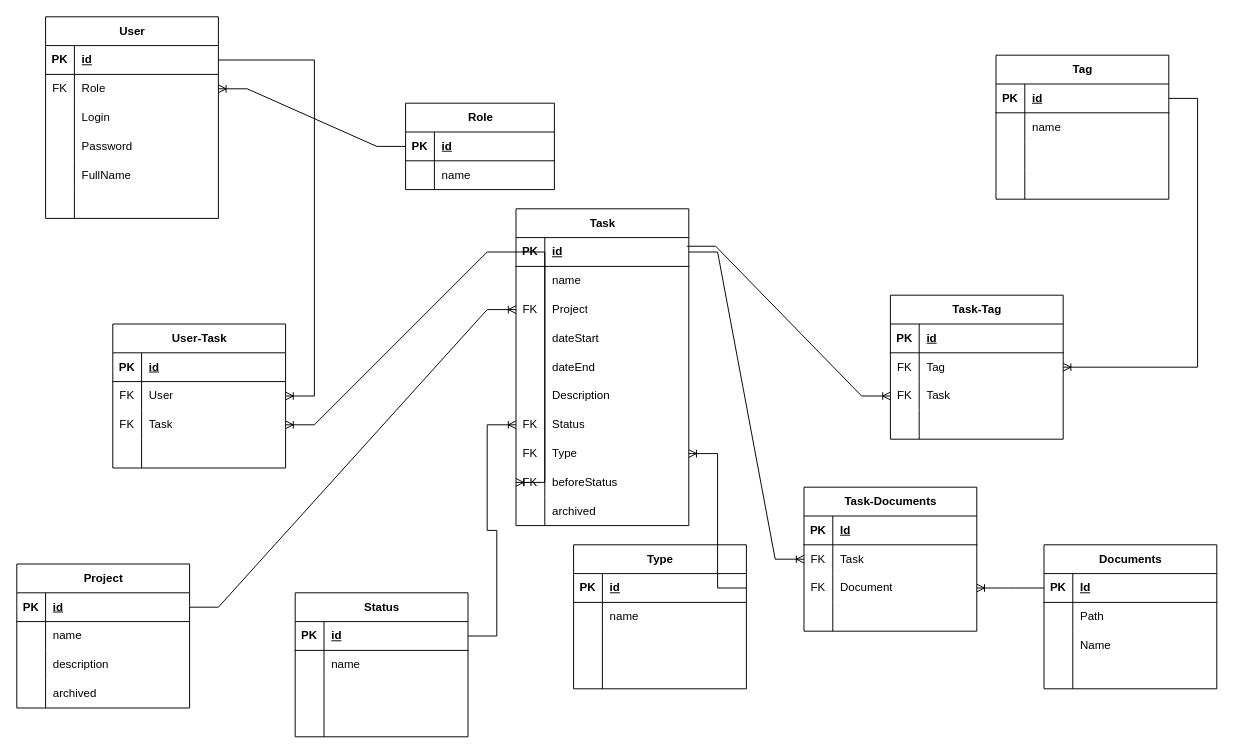
Above: Diagrams/TaskManager.drawio in oLaDushek3/IT-Processes (draw.io), before the change. Source tidied: cells renumbered, new cells numbered last; positions are measured from the earlier drawing's top-left corner, leaving out a move shared by most shapes. Both pictures are drawn from the tidied source at 96%, with x=0, y=0 at pixel (16, 16).
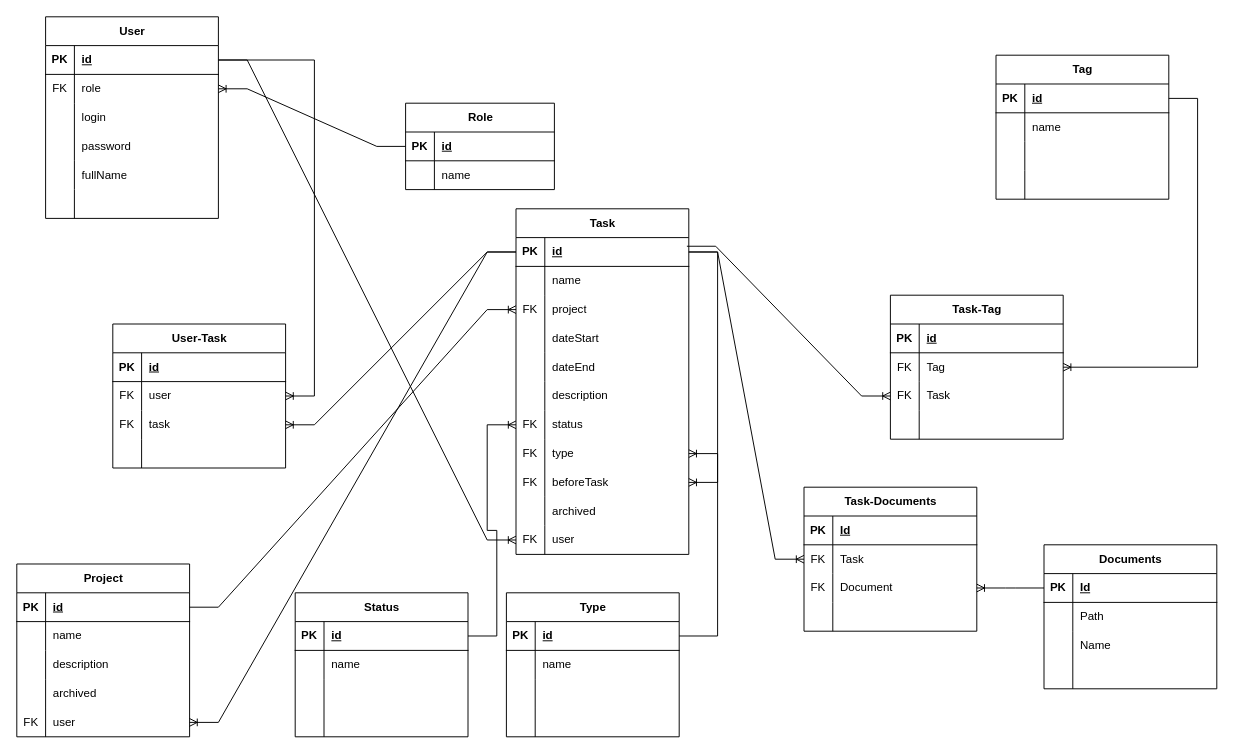
After the change.

Unchanged cells that the change refers to:
```xml
<mxCell id="3" style="shape=tableRow;horizontal=0;startSize=0;swimlaneHead=0;swimlaneBody=0;fillColor=none;points=[[0,0.5],[1,0.5]];portConstraint=eastwest;top=0;left=0;right=0;bottom=1;" parent="2" vertex="1">
  <mxGeometry y="30" width="180" height="30" as="geometry" />
</mxCell>
<mxCell id="6" style="shape=tableRow;horizontal=0;startSize=0;swimlaneHead=0;swimlaneBody=0;fillColor=none;points=[[0,0.5],[1,0.5]];portConstraint=eastwest;top=0;left=0;right=0;bottom=0;" parent="2" vertex="1">
  <mxGeometry y="60" width="180" height="30" as="geometry" />
</mxCell>
<mxCell id="9" style="shape=tableRow;horizontal=0;startSize=0;swimlaneHead=0;swimlaneBody=0;fillColor=none;top=0;left=0;right=0;bottom=0;" parent="2" vertex="1">
  <mxGeometry y="90" width="180" height="30" as="geometry" />
</mxCell>
<mxCell id="12" style="shape=tableRow;horizontal=0;startSize=0;swimlaneHead=0;swimlaneBody=0;fillColor=none;top=0;left=0;right=0;bottom=0;" parent="2" vertex="1">
  <mxGeometry y="120" width="180" height="30" as="geometry" />
</mxCell>
<mxCell id="15" style="shape=tableRow;horizontal=0;startSize=0;swimlaneHead=0;swimlaneBody=0;fillColor=none;top=0;left=0;right=0;bottom=0;" parent="2" vertex="1">
  <mxGeometry y="150" width="180" height="30" as="geometry" />
</mxCell>
<mxCell id="43" style="shape=tableRow;horizontal=0;startSize=0;swimlaneHead=0;swimlaneBody=0;fillColor=none;points=[[0,0.5],[1,0.5]];portConstraint=eastwest;top=0;left=0;right=0;bottom=1;" parent="42" vertex="1">
  <mxGeometry y="30" width="180" height="30" as="geometry" />
</mxCell>
<mxCell id="49" style="shape=tableRow;horizontal=0;startSize=0;swimlaneHead=0;swimlaneBody=0;fillColor=none;points=[[0,0.5],[1,0.5]];portConstraint=eastwest;top=0;left=0;right=0;bottom=0;" parent="42" vertex="1">
  <mxGeometry y="90" width="180" height="30" as="geometry" />
</mxCell>
<mxCell id="58" style="shape=tableRow;horizontal=0;startSize=0;swimlaneHead=0;swimlaneBody=0;fillColor=none;top=0;left=0;right=0;bottom=0;" parent="42" vertex="1">
  <mxGeometry y="180" width="180" height="30" as="geometry" />
</mxCell>
<mxCell id="61" style="shape=tableRow;horizontal=0;startSize=0;swimlaneHead=0;swimlaneBody=0;fillColor=none;points=[[0,0.5],[1,0.5]];portConstraint=eastwest;top=0;left=0;right=0;bottom=0;" parent="42" vertex="1">
  <mxGeometry y="210" width="180" height="30" as="geometry" />
</mxCell>
<mxCell id="64" style="shape=tableRow;horizontal=0;startSize=0;swimlaneHead=0;swimlaneBody=0;fillColor=none;points=[[0,0.5],[1,0.5]];portConstraint=eastwest;top=0;left=0;right=0;bottom=0;" parent="42" vertex="1">
  <mxGeometry y="240" width="180" height="30" as="geometry" />
</mxCell>
<mxCell id="67" style="shape=tableRow;horizontal=0;startSize=0;swimlaneHead=0;swimlaneBody=0;fillColor=none;points=[[0,0.5],[1,0.5]];portConstraint=eastwest;top=0;left=0;right=0;bottom=0;" parent="42" vertex="1">
  <mxGeometry y="270" width="180" height="30" as="geometry" />
</mxCell>
<mxCell id="104" style="shape=tableRow;horizontal=0;startSize=0;swimlaneHead=0;swimlaneBody=0;fillColor=none;points=[[0,0.5],[1,0.5]];portConstraint=eastwest;top=0;left=0;right=0;bottom=0;" parent="100" vertex="1">
  <mxGeometry y="60" width="180" height="30" as="geometry" />
</mxCell>
<mxCell id="107" style="shape=tableRow;horizontal=0;startSize=0;swimlaneHead=0;swimlaneBody=0;fillColor=none;points=[[0,0.5],[1,0.5]];portConstraint=eastwest;top=0;left=0;right=0;bottom=0;" parent="100" vertex="1">
  <mxGeometry y="90" width="180" height="30" as="geometry" />
</mxCell>
```

The edit, as a diff of the source:
```diff
@@
-    <mxCell id="8" value="Role" style="shape=partialRectangle;fillColor=none;top=0;left=0;bottom=0;right=0;align=left;spacingLeft=6;overflow=hidden;whiteSpace=wrap;html=1;" parent="6" vertex="1">
+    <mxCell id="8" value="role" style="shape=partialRectangle;fillColor=none;top=0;left=0;bottom=0;right=0;align=left;spacingLeft=6;overflow=hidden;whiteSpace=wrap;html=1;" parent="6" vertex="1">
       <mxGeometry x="30" width="150" height="30" as="geometry" />
     </mxCell>
@@
-    <mxCell id="11" value="Login" style="shape=partialRectangle;fillColor=none;top=0;left=0;bottom=0;right=0;align=left;spacingLeft=6;overflow=hidden;whiteSpace=wrap;html=1;" parent="9" vertex="1">
+    <mxCell id="11" value="login" style="shape=partialRectangle;fillColor=none;top=0;left=0;bottom=0;right=0;align=left;spacingLeft=6;overflow=hidden;whiteSpace=wrap;html=1;" parent="9" vertex="1">
       <mxGeometry x="30" width="150" height="30" as="geometry" />
     </mxCell>
@@
-    <mxCell id="14" value="Password" style="shape=partialRectangle;fillColor=none;top=0;left=0;bottom=0;right=0;align=left;spacingLeft=6;overflow=hidden;whiteSpace=wrap;html=1;" parent="12" vertex="1">
+    <mxCell id="14" value="password" style="shape=partialRectangle;fillColor=none;top=0;left=0;bottom=0;right=0;align=left;spacingLeft=6;overflow=hidden;whiteSpace=wrap;html=1;" parent="12" vertex="1">
       <mxGeometry x="30" width="150" height="30" as="geometry" />
     </mxCell>
@@
-    <mxCell id="17" value="FullName" style="shape=partialRectangle;fillColor=none;top=0;left=0;bottom=0;right=0;align=left;spacingLeft=6;overflow=hidden;whiteSpace=wrap;html=1;" parent="15" vertex="1">
+    <mxCell id="17" value="fullName" style="shape=partialRectangle;fillColor=none;top=0;left=0;bottom=0;right=0;align=left;spacingLeft=6;overflow=hidden;whiteSpace=wrap;html=1;" parent="15" vertex="1">
       <mxGeometry x="30" width="150" height="30" as="geometry" />
     </mxCell>
@@
     <mxCell id="29" value="Project" style="shape=table;startSize=30;childLayout=tableLayout;rowLines=0;fontStyle=1;align=center;html=1;" parent="1" vertex="1">
-      <mxGeometry y="570" width="180" height="150" as="geometry" />
+      <mxGeometry y="570" width="180" height="180" as="geometry" />
     </mxCell>
@@
+    <mxCell id="174" style="shape=tableRow;horizontal=0;startSize=0;swimlaneHead=0;swimlaneBody=0;fillColor=none;points=[[0,0.5],[1,0.5]];portConstraint=eastwest;top=0;left=0;right=0;bottom=0;" parent="29" vertex="1">
+      <mxGeometry y="150" width="180" height="30" as="geometry" />
+    </mxCell>
+    <mxCell id="175" value="FK" style="shape=partialRectangle;fillColor=none;top=0;left=0;bottom=0;right=0;overflow=hidden;whiteSpace=wrap;html=1;" parent="174" vertex="1">
+      <mxGeometry width="30" height="30" as="geometry" />
+    </mxCell>
+    <mxCell id="176" value="user" style="shape=partialRectangle;fillColor=none;top=0;left=0;bottom=0;right=0;align=left;spacingLeft=6;overflow=hidden;whiteSpace=wrap;html=1;" parent="174" vertex="1">
+      <mxGeometry x="30" width="150" height="30" as="geometry" />
+    </mxCell>
     <mxCell id="42" value="Task" style="shape=table;startSize=30;childLayout=tableLayout;rowLines=0;fontStyle=1;align=center;html=1;" parent="1" vertex="1">
-      <mxGeometry x="520" y="200" width="180" height="330" as="geometry" />
+      <mxGeometry x="520" y="200" width="180" height="360" as="geometry" />
     </mxCell>
@@
-    <mxCell id="51" value="Project" style="shape=partialRectangle;fillColor=none;top=0;left=0;bottom=0;right=0;align=left;spacingLeft=6;overflow=hidden;whiteSpace=wrap;html=1;" parent="49" vertex="1">
+    <mxCell id="51" value="project" style="shape=partialRectangle;fillColor=none;top=0;left=0;bottom=0;right=0;align=left;spacingLeft=6;overflow=hidden;whiteSpace=wrap;html=1;" parent="49" vertex="1">
       <mxGeometry x="30" width="150" height="30" as="geometry" />
     </mxCell>
@@
-    <mxCell id="60" value="Description" style="shape=partialRectangle;fillColor=none;top=0;left=0;bottom=0;right=0;align=left;spacingLeft=6;overflow=hidden;whiteSpace=wrap;html=1;" parent="58" vertex="1">
+    <mxCell id="60" value="description" style="shape=partialRectangle;fillColor=none;top=0;left=0;bottom=0;right=0;align=left;spacingLeft=6;overflow=hidden;whiteSpace=wrap;html=1;" parent="58" vertex="1">
       <mxGeometry x="30" width="150" height="30" as="geometry" />
     </mxCell>
@@
-    <mxCell id="63" value="Status" style="shape=partialRectangle;fillColor=none;top=0;left=0;bottom=0;right=0;align=left;spacingLeft=6;overflow=hidden;whiteSpace=wrap;html=1;" parent="61" vertex="1">
+    <mxCell id="63" value="status" style="shape=partialRectangle;fillColor=none;top=0;left=0;bottom=0;right=0;align=left;spacingLeft=6;overflow=hidden;whiteSpace=wrap;html=1;" parent="61" vertex="1">
       <mxGeometry x="30" width="150" height="30" as="geometry" />
     </mxCell>
@@
-    <mxCell id="66" value="Type" style="shape=partialRectangle;fillColor=none;top=0;left=0;bottom=0;right=0;align=left;spacingLeft=6;overflow=hidden;whiteSpace=wrap;html=1;" parent="64" vertex="1">
+    <mxCell id="66" value="type" style="shape=partialRectangle;fillColor=none;top=0;left=0;bottom=0;right=0;align=left;spacingLeft=6;overflow=hidden;whiteSpace=wrap;html=1;" parent="64" vertex="1">
       <mxGeometry x="30" width="150" height="30" as="geometry" />
     </mxCell>
@@
-    <mxCell id="69" value="beforeStatus" style="shape=partialRectangle;fillColor=none;top=0;left=0;bottom=0;right=0;align=left;spacingLeft=6;overflow=hidden;whiteSpace=wrap;html=1;" parent="67" vertex="1">
+    <mxCell id="69" value="beforeTask" style="shape=partialRectangle;fillColor=none;top=0;left=0;bottom=0;right=0;align=left;spacingLeft=6;overflow=hidden;whiteSpace=wrap;html=1;" parent="67" vertex="1">
       <mxGeometry x="30" width="150" height="30" as="geometry" />
     </mxCell>
@@
+    <mxCell id="177" style="shape=tableRow;horizontal=0;startSize=0;swimlaneHead=0;swimlaneBody=0;fillColor=none;points=[[0,0.5],[1,0.5]];portConstraint=eastwest;top=0;left=0;right=0;bottom=0;" parent="42" vertex="1">
+      <mxGeometry y="330" width="180" height="30" as="geometry" />
+    </mxCell>
+    <mxCell id="178" value="FK" style="shape=partialRectangle;fillColor=none;top=0;left=0;bottom=0;right=0;overflow=hidden;whiteSpace=wrap;html=1;" parent="177" vertex="1">
+      <mxGeometry width="30" height="30" as="geometry" />
+    </mxCell>
+    <mxCell id="179" value="user" style="shape=partialRectangle;fillColor=none;top=0;left=0;bottom=0;right=0;align=left;spacingLeft=6;overflow=hidden;whiteSpace=wrap;html=1;" parent="177" vertex="1">
+      <mxGeometry x="30" width="150" height="30" as="geometry" />
+    </mxCell>
-    <mxCell id="73" style="edgeStyle=entityRelationEdgeStyle;fontSize=12;html=1;endArrow=ERoneToMany;rounded=0;exitX=0;exitY=0.5;exitDx=0;exitDy=0;entryX=0;entryY=0.5;entryDx=0;entryDy=0;" parent="42" edge="1" source="43" target="67">
-      <mxGeometry relative="1" as="geometry" />
+    <mxCell id="73" style="edgeStyle=entityRelationEdgeStyle;fontSize=12;html=1;endArrow=ERoneToMany;rounded=0;exitX=1;exitY=0.5;exitDx=0;exitDy=0;" parent="42" edge="1" source="43" target="67">
+      <mxGeometry relative="1" as="geometry">
+        <Array as="points">
+          <mxPoint x="-10" y="170" />
+        </Array>
+      </mxGeometry>
     </mxCell>
     <mxCell id="74" value="Type" style="shape=table;startSize=30;childLayout=tableLayout;rowLines=0;fontStyle=1;align=center;html=1;" parent="1" vertex="1">
-      <mxGeometry x="580" y="550" width="180" height="150" as="geometry" />
+      <mxGeometry x="510" y="600" width="180" height="150" as="geometry" />
     </mxCell>
@@
-    <mxCell id="106" value="User" style="shape=partialRectangle;fillColor=none;top=0;left=0;bottom=0;right=0;align=left;spacingLeft=6;overflow=hidden;whiteSpace=wrap;html=1;" parent="104" vertex="1">
+    <mxCell id="106" value="user" style="shape=partialRectangle;fillColor=none;top=0;left=0;bottom=0;right=0;align=left;spacingLeft=6;overflow=hidden;whiteSpace=wrap;html=1;" parent="104" vertex="1">
       <mxGeometry x="30" width="150" height="30" as="geometry" />
     </mxCell>
@@
-    <mxCell id="109" value="Task" style="shape=partialRectangle;fillColor=none;top=0;left=0;bottom=0;right=0;align=left;spacingLeft=6;overflow=hidden;whiteSpace=wrap;html=1;" parent="107" vertex="1">
+    <mxCell id="109" value="task" style="shape=partialRectangle;fillColor=none;top=0;left=0;bottom=0;right=0;align=left;spacingLeft=6;overflow=hidden;whiteSpace=wrap;html=1;" parent="107" vertex="1">
       <mxGeometry x="30" width="150" height="30" as="geometry" />
     </mxCell>
@@
+    <mxCell id="180" style="edgeStyle=entityRelationEdgeStyle;fontSize=12;html=1;endArrow=ERoneToMany;rounded=0;entryX=1;entryY=0.5;entryDx=0;entryDy=0;" parent="1" edge="1" source="43" target="174">
+      <mxGeometry relative="1" as="geometry" />
+    </mxCell>
+    <mxCell id="181" style="edgeStyle=entityRelationEdgeStyle;fontSize=12;html=1;endArrow=ERoneToMany;rounded=0;exitX=1;exitY=0.5;exitDx=0;exitDy=0;entryX=0;entryY=0.5;entryDx=0;entryDy=0;" parent="1" edge="1" source="3" target="177">
+      <mxGeometry relative="1" as="geometry" />
+    </mxCell>
```
